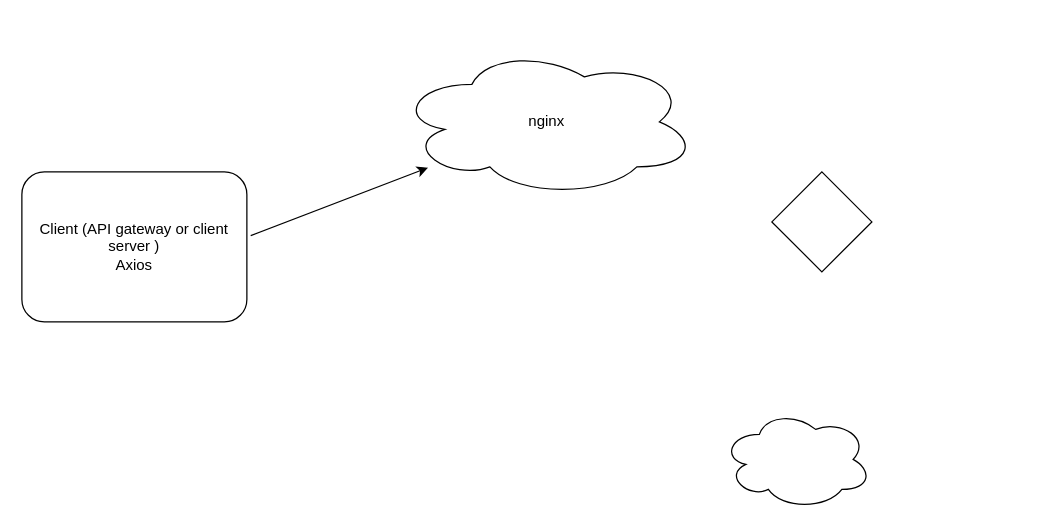
This is mTLSdiagram.drawio from pandashavenobugs/mTLS-with-node-blogpost, a draw.io file, before an edit. Source tidied: cells renumbered, new cells numbered last; positions are measured from the earlier drawing's top-left corner, leaving out a move shared by most shapes. Both pictures are drawn from the tidied source at 125%, with x=0, y=0 at pixel (21, 46).
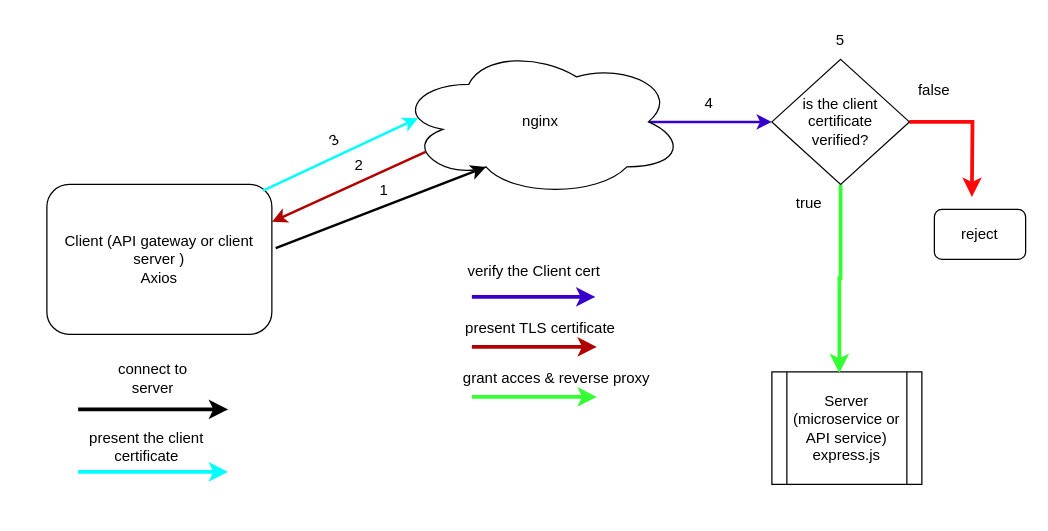
After the change.

What changed in the source:
```diff
@@
+    <mxCell id="7" style="edgeStyle=orthogonalEdgeStyle;rounded=0;jettySize=auto;html=1;strokeWidth=2;fillColor=#6a00ff;strokeColor=#3700CC;exitX=0.875;exitY=0.5;exitDx=0;exitDy=0;exitPerimeter=0;" parent="1" edge="1" source="2" target="13">
+      <mxGeometry relative="1" as="geometry" />
+    </mxCell>
     <mxCell id="2" value="nginx" style="ellipse;shape=cloud;whiteSpace=wrap;html=1;" parent="1" vertex="1">
-      <mxGeometry x="300" width="240" height="120" as="geometry" />
+      <mxGeometry x="300" width="230" height="120" as="geometry" />
     </mxCell>
     <mxCell id="3" value="Client (API gateway or client server )&lt;br&gt;Axios" style="rounded=1;whiteSpace=wrap;html=1;" parent="1" vertex="1">
-      <mxGeometry y="100" width="180" height="120" as="geometry" />
+      <mxGeometry x="20" y="110" width="180" height="120" as="geometry" />
     </mxCell>
-    <mxCell id="4" style="rhombus;whiteSpace=wrap;html=1;" parent="1" vertex="1">
-      <mxGeometry x="600" y="100" width="80" height="80" as="geometry" />
-    </mxCell>
-    <mxCell id="5" style="ellipse;shape=cloud;whiteSpace=wrap;html=1;" parent="1" vertex="1">
-      <mxGeometry x="560" y="290" width="120" height="80" as="geometry" />
-    </mxCell>
-    <mxCell id="6" style="endArrow=classic;html=1;rounded=0;exitX=1.017;exitY=0.425;exitDx=0;exitDy=0;exitPerimeter=0;" parent="1" edge="1" source="3" target="2">
+    <mxCell id="6" style="endArrow=classic;html=1;rounded=0;exitX=1.017;exitY=0.425;exitDx=0;exitDy=0;exitPerimeter=0;strokeWidth=2;entryX=0.31;entryY=0.8;entryDx=0;entryDy=0;entryPerimeter=0;" parent="1" edge="1" source="3" target="2">
       <mxGeometry relative="1" as="geometry" />
     </mxCell>
+    <mxCell id="8" style="endArrow=classic;html=1;rounded=0;strokeWidth=3;" parent="1" edge="1">
+      <mxGeometry relative="1" as="geometry">
+        <mxPoint x="45" y="290" as="sourcePoint" />
+        <mxPoint x="165" y="290" as="targetPoint" />
+      </mxGeometry>
+    </mxCell>
+    <mxCell id="9" value="connect to server&lt;br&gt;" style="text;html=1;strokeColor=none;fillColor=none;align=center;verticalAlign=middle;whiteSpace=wrap;rounded=0;rotation=0;" parent="1" vertex="1">
+      <mxGeometry x="70" y="240" width="70" height="50" as="geometry" />
+    </mxCell>
+    <mxCell id="10" value="Server (microservice or API service)&lt;br&gt;express.js" style="shape=process;whiteSpace=wrap;html=1;backgroundOutline=1;" parent="1" vertex="1">
+      <mxGeometry x="600" y="260" width="120" height="90" as="geometry" />
+    </mxCell>
+    <mxCell id="11" style="edgeStyle=orthogonalEdgeStyle;rounded=0;jettySize=auto;html=1;entryX=0.45;entryY=0.011;entryDx=0;entryDy=0;entryPerimeter=0;strokeWidth=3;fillColor=#60a917;strokeColor=#33FF33;" parent="1" edge="1" source="13" target="10">
+      <mxGeometry relative="1" as="geometry" />
+    </mxCell>
+    <mxCell id="12" style="edgeStyle=orthogonalEdgeStyle;rounded=0;jettySize=auto;html=1;strokeColor=#FF0808;strokeWidth=3;" parent="1" edge="1" source="13">
+      <mxGeometry relative="1" as="geometry">
+        <mxPoint x="760" y="120" as="targetPoint" />
+      </mxGeometry>
+    </mxCell>
+    <mxCell id="13" value="is the client certificate&lt;br&gt;verified?" style="rhombus;whiteSpace=wrap;html=1;" parent="1" vertex="1">
+      <mxGeometry x="600" y="10" width="110" height="100" as="geometry" />
+    </mxCell>
+    <mxCell id="14" style="edgeStyle=orthogonalEdgeStyle;rounded=0;orthogonalLoop=1;jettySize=auto;html=1;strokeWidth=3;fillColor=#6a00ff;strokeColor=#3700CC;exitX=0.875;exitY=0.5;exitDx=0;exitDy=0;exitPerimeter=0;" parent="1" edge="1">
+      <mxGeometry relative="1" as="geometry">
+        <mxPoint x="360" y="200" as="sourcePoint" />
+        <mxPoint x="458.8" y="200" as="targetPoint" />
+      </mxGeometry>
+    </mxCell>
+    <mxCell id="15" value="verify the Client cert" style="text;html=1;strokeColor=none;fillColor=none;align=center;verticalAlign=middle;whiteSpace=wrap;rounded=0;" parent="1" vertex="1">
+      <mxGeometry x="350" y="160" width="120" height="40" as="geometry" />
+    </mxCell>
+    <mxCell id="16" style="endArrow=classic;html=1;rounded=0;strokeWidth=2;exitX=0.1;exitY=0.7;exitDx=0;exitDy=0;exitPerimeter=0;fillColor=#e51400;strokeColor=#B20000;entryX=1;entryY=0.25;entryDx=0;entryDy=0;" parent="1" edge="1" source="2" target="3">
+      <mxGeometry relative="1" as="geometry" />
+    </mxCell>
+    <mxCell id="17" style="endArrow=classic;html=1;rounded=0;strokeWidth=2;exitX=0.961;exitY=0.042;exitDx=0;exitDy=0;exitPerimeter=0;entryX=0.074;entryY=0.475;entryDx=0;entryDy=0;entryPerimeter=0;fillColor=#0050ef;strokeColor=#00FFFF;" parent="1" edge="1" source="3" target="2">
+      <mxGeometry relative="1" as="geometry" />
+    </mxCell>
+    <mxCell id="18" style="endArrow=classic;html=1;rounded=0;strokeWidth=3;strokeColor=#00FFFF;" parent="1" edge="1">
+      <mxGeometry relative="1" as="geometry">
+        <mxPoint x="45" y="340" as="sourcePoint" />
+        <mxPoint x="165" y="340" as="targetPoint" />
+      </mxGeometry>
+    </mxCell>
+    <mxCell id="19" value="present the client certificate" style="text;html=1;strokeColor=none;fillColor=none;align=center;verticalAlign=middle;whiteSpace=wrap;rounded=0;" parent="1" vertex="1">
+      <mxGeometry x="40" y="300" width="120" height="40" as="geometry" />
+    </mxCell>
+    <mxCell id="20" style="endArrow=classic;html=1;rounded=0;strokeWidth=3;fillColor=#e51400;strokeColor=#B20000;" parent="1" edge="1">
+      <mxGeometry relative="1" as="geometry">
+        <mxPoint x="360" y="240" as="sourcePoint" />
+        <mxPoint x="460" y="240" as="targetPoint" />
+      </mxGeometry>
+    </mxCell>
+    <mxCell id="21" value="present TLS certificate&lt;br&gt;" style="text;html=1;strokeColor=none;fillColor=none;align=center;verticalAlign=middle;whiteSpace=wrap;rounded=0;" parent="1" vertex="1">
+      <mxGeometry x="325" y="210" width="180" height="30" as="geometry" />
+    </mxCell>
+    <mxCell id="22" style="endArrow=classic;html=1;rounded=0;strokeColor=#33FF33;strokeWidth=3;" parent="1" edge="1">
+      <mxGeometry relative="1" as="geometry">
+        <mxPoint x="360" y="280" as="sourcePoint" />
+        <mxPoint x="460" y="280" as="targetPoint" />
+      </mxGeometry>
+    </mxCell>
+    <mxCell id="23" value="grant acces &amp;amp; reverse proxy" style="text;html=1;strokeColor=none;fillColor=none;align=center;verticalAlign=middle;whiteSpace=wrap;rounded=0;" parent="1" vertex="1">
+      <mxGeometry x="350" y="250" width="156" height="30" as="geometry" />
+    </mxCell>
+    <mxCell id="24" value="true" style="text;html=1;strokeColor=none;fillColor=none;align=center;verticalAlign=middle;whiteSpace=wrap;rounded=0;rotation=0;" parent="1" vertex="1">
+      <mxGeometry x="600" y="110" width="60" height="30" as="geometry" />
+    </mxCell>
+    <mxCell id="25" value="false" style="text;html=1;strokeColor=none;fillColor=none;align=center;verticalAlign=middle;whiteSpace=wrap;rounded=0;rotation=0;" parent="1" vertex="1">
+      <mxGeometry x="700" y="20" width="60" height="30" as="geometry" />
+    </mxCell>
+    <mxCell id="26" value="reject" style="rounded=1;whiteSpace=wrap;html=1;" parent="1" vertex="1">
+      <mxGeometry x="730" y="130" width="73" height="40" as="geometry" />
+    </mxCell>
+    <mxCell id="27" value="1" style="text;html=1;strokeColor=none;fillColor=none;align=center;verticalAlign=middle;whiteSpace=wrap;rounded=0;" parent="1" vertex="1">
+      <mxGeometry x="260" y="100" width="60" height="30" as="geometry" />
+    </mxCell>
+    <mxCell id="28" value="2" style="text;html=1;strokeColor=none;fillColor=none;align=center;verticalAlign=middle;whiteSpace=wrap;rounded=0;" parent="1" vertex="1">
+      <mxGeometry x="240" y="80" width="60" height="30" as="geometry" />
+    </mxCell>
+    <mxCell id="29" value="3" style="text;html=1;strokeColor=none;fillColor=none;align=center;verticalAlign=middle;whiteSpace=wrap;rounded=0;rotation=-30;" parent="1" vertex="1">
+      <mxGeometry x="220" y="60" width="60" height="30" as="geometry" />
+    </mxCell>
+    <mxCell id="30" value="4" style="text;html=1;strokeColor=none;fillColor=none;align=center;verticalAlign=middle;whiteSpace=wrap;rounded=0;rotation=0;" parent="1" vertex="1">
+      <mxGeometry x="520" y="30" width="60" height="30" as="geometry" />
+    </mxCell>
+    <mxCell id="31" value="5" style="text;html=1;strokeColor=none;fillColor=none;align=center;verticalAlign=middle;whiteSpace=wrap;rounded=0;rotation=0;" parent="1" vertex="1">
+      <mxGeometry x="625" y="-20" width="60" height="30" as="geometry" />
+    </mxCell>
```
